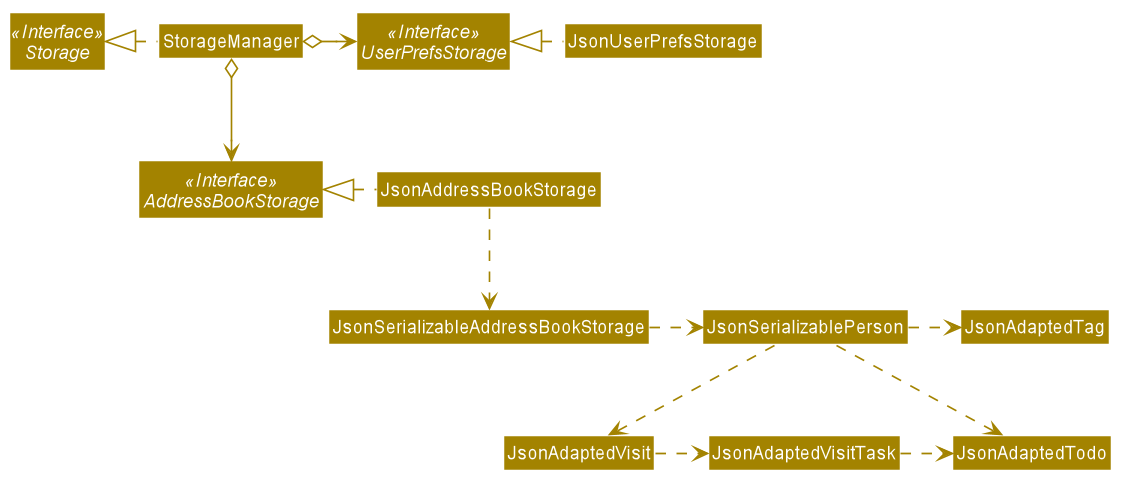
Before: docs/images/StorageClassDiagram.png, a diagram exported from PlantUML (nus-cs2103-AY1920S1/addressbook-level3).
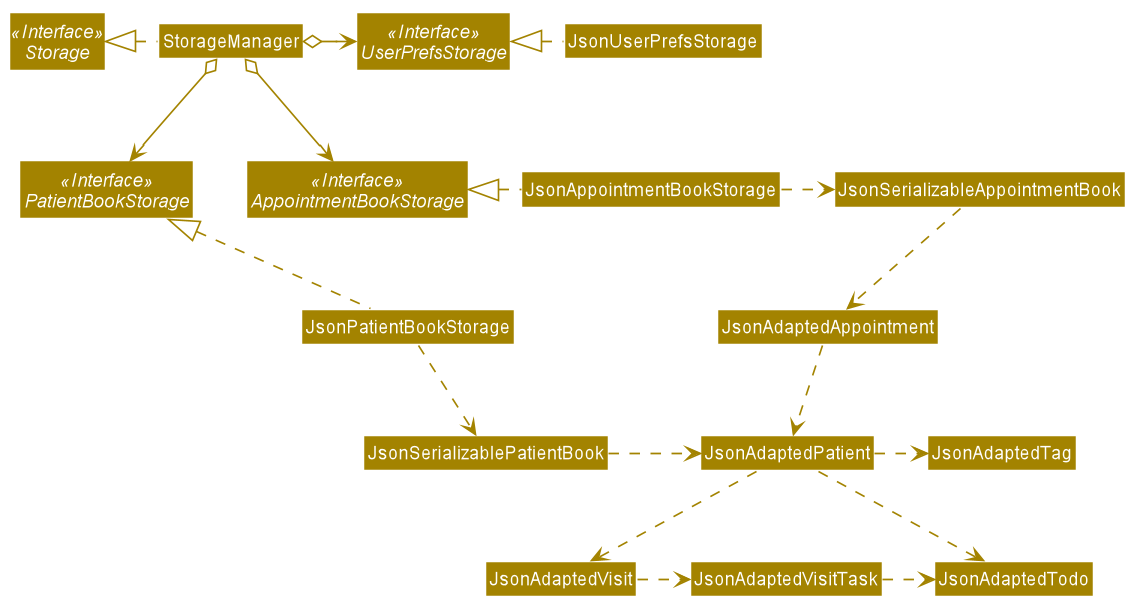
Above is the later version.

Commit message:
Update Storage class diagram

Diff of the diagram source:
```diff
@@ -55,23 +55,30 @@
 
 Interface Storage <<Interface>>
 Interface UserPrefsStorage <<Interface>>
-Interface AddressBookStorage <<Interface>>
+Interface PatientBookStorage <<Interface>>
+Interface AppointmentBookStorage <<Interface>>
 
 Class StorageManager
 Class JsonUserPrefsStorage
-Class JsonAddressBookStorage
+Class JsonPatientBookStorage
 
 StorageManager .left.|> Storage
 StorageManager o-right-> UserPrefsStorage
-StorageManager o--> AddressBookStorage
+StorageManager o--> PatientBookStorage
+StorageManager o--> AppointmentBookStorage
+
+JsonAppointmentBookStorage .left.|> AppointmentBookStorage
+JsonAppointmentBookStorage .> JsonSerializableAppointmentBook
+JsonSerializableAppointmentBook .down.> JsonAdaptedAppointment
+JsonAdaptedAppointment .> JsonAdaptedPatient
 
 JsonUserPrefsStorage .left.|> UserPrefsStorage
-JsonAddressBookStorage .left.|> AddressBookStorage
-JsonAddressBookStorage .down.> JsonSerializableAddressBookStorage
-JsonSerializableAddressBookStorage .right.> JsonSerializablePerson
-JsonSerializablePerson .right.> JsonAdaptedTodo
-JsonSerializablePerson .right.> JsonAdaptedTag
-JsonSerializablePerson .down.> JsonAdaptedVisit
+JsonPatientBookStorage .up.|> PatientBookStorage
+JsonPatientBookStorage .down.> JsonSerializablePatientBook
+JsonSerializablePatientBook .right.> JsonAdaptedPatient
+JsonAdaptedPatient .right.> JsonAdaptedTodo
+JsonAdaptedPatient .right.> JsonAdaptedTag
+JsonAdaptedPatient .down.> JsonAdaptedVisit
 JsonAdaptedVisit .right.> JsonAdaptedVisitTask
 JsonAdaptedVisitTask .right.> JsonAdaptedTodo
 @enduml
```
